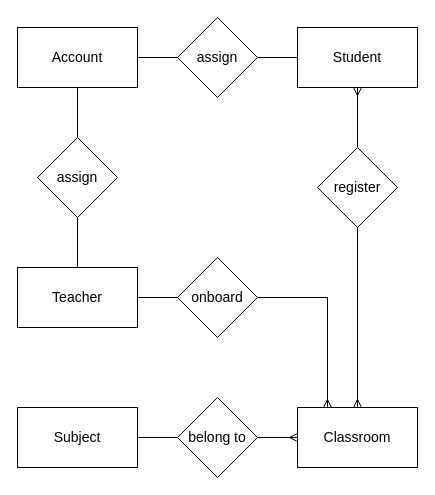
phuongbv00/aptech_crm keeps this draw.io diagram as page "ERD" (2 of 4) of design.drawio. Above is the earlier version. Source tidied: cells renumbered, new cells numbered last; positions are measured from the earlier drawing's top-left corner, leaving out a move shared by most shapes. Both pictures are drawn from the tidied source at 100%, with x=0, y=0 at pixel (17, 17).
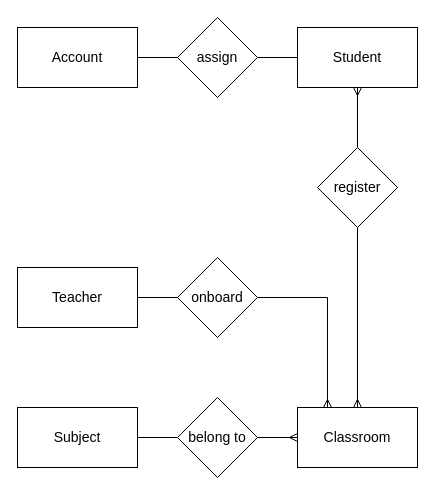
The same diagram, later.

The change refers to these unchanged cells:
```xml
<mxCell id="5" value="Account" style="rounded=0;whiteSpace=wrap;html=1;fontSize=14;" parent="1" vertex="1">
  <mxGeometry y="10" width="120" height="60" as="geometry" />
</mxCell>
<mxCell id="16" value="Teacher" style="rounded=0;whiteSpace=wrap;html=1;fontSize=14;" parent="1" vertex="1">
  <mxGeometry y="250" width="120" height="60" as="geometry" />
</mxCell>
```

The edit, as a diff of the source:
```diff
@@
-    <mxCell id="3" style="edgeStyle=orthogonalEdgeStyle;rounded=0;jettySize=auto;html=1;entryX=0.5;entryY=0;entryDx=0;entryDy=0;endArrow=none;endFill=0;exitX=0.5;exitY=1;exitDx=0;exitDy=0;fontSize=14;" parent="1" edge="1" source="20" target="16">
-      <mxGeometry relative="1" as="geometry" />
-    </mxCell>
-    <mxCell id="4" style="edgeStyle=orthogonalEdgeStyle;rounded=0;jettySize=auto;html=1;exitX=0.5;exitY=1;exitDx=0;exitDy=0;entryX=0.5;entryY=0;entryDx=0;entryDy=0;endArrow=none;endFill=0;fontSize=14;" parent="1" edge="1" source="5" target="20">
-      <mxGeometry relative="1" as="geometry" />
-    </mxCell>
@@
-    <mxCell id="20" value="assign" style="rhombus;whiteSpace=wrap;html=1;fontSize=14;" parent="1" vertex="1">
-      <mxGeometry x="20" y="120" width="80" height="80" as="geometry" />
-    </mxCell>
```
